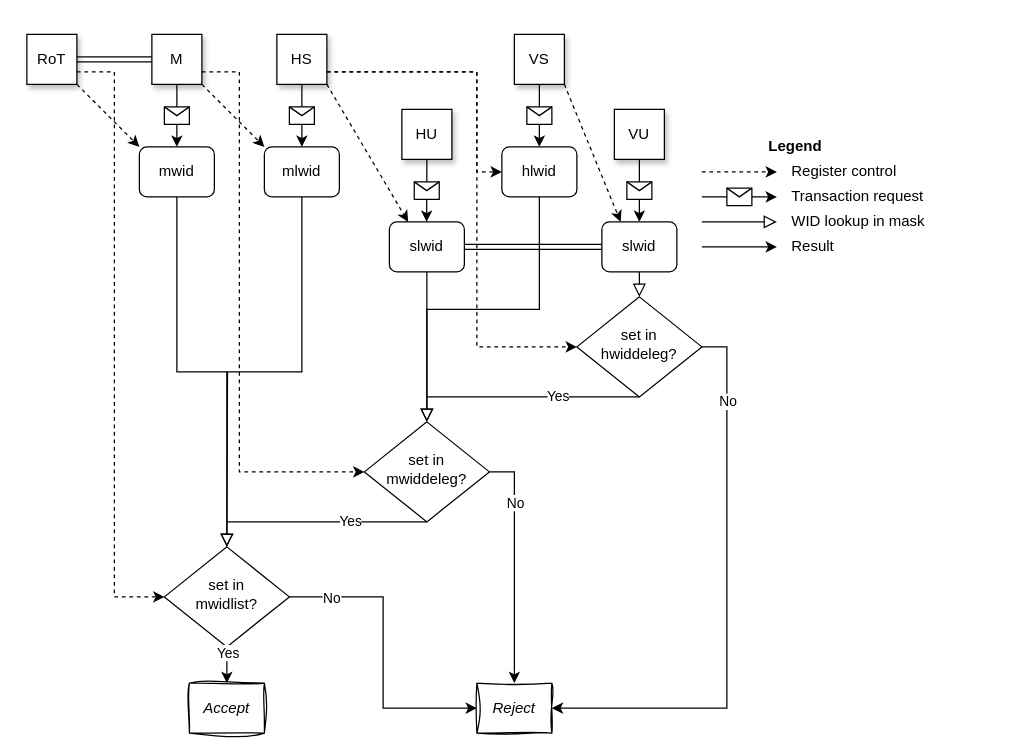
Above: src/images/WG-V1.drawio in MIPS/riscv-partitioning (draw.io), before the change. Source tidied: cells renumbered, new cells numbered last; positions are measured from the earlier drawing's top-left corner, leaving out a move shared by most shapes. Both pictures are drawn from the tidied source at 125%, with x=0, y=0 at pixel (26, 34).
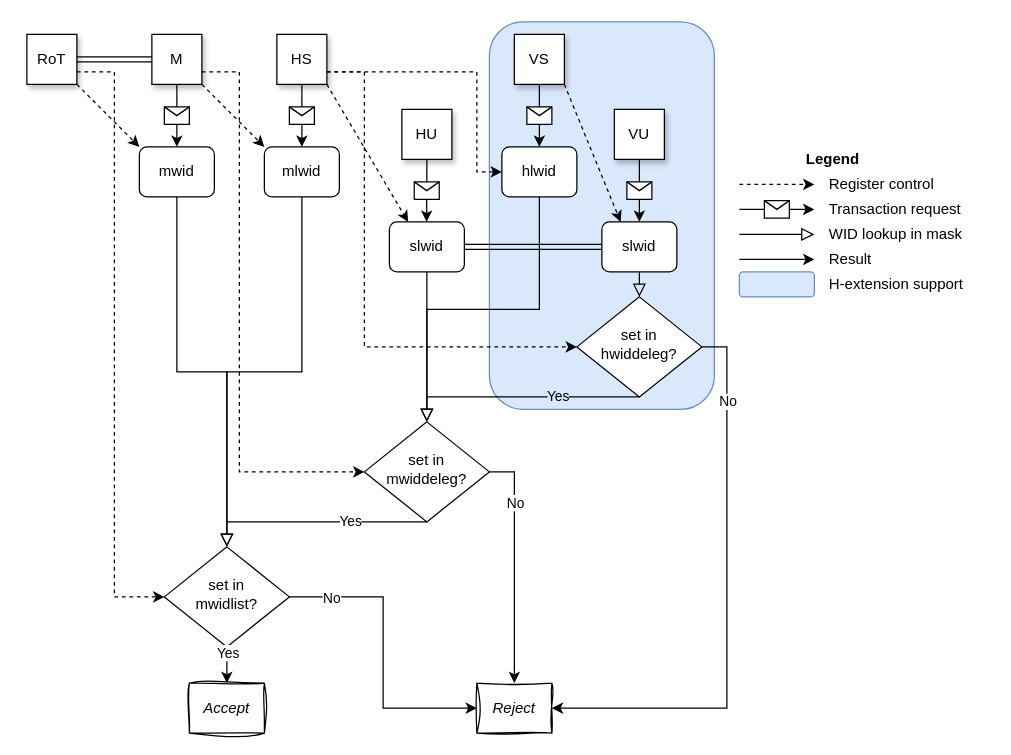
The same page after the edit.

Unchanged cells that the change refers to:
```xml
<mxCell id="6" value="mlwid" style="rounded=1;whiteSpace=wrap;html=1;fontSize=12;glass=0;strokeWidth=1;shadow=0;" parent="1" vertex="1">
  <mxGeometry x="190" y="90" width="60" height="40" as="geometry" />
</mxCell>
<mxCell id="55" value="set in&lt;br&gt;h&lt;span style=&quot;background-color: transparent; color: light-dark(rgb(0, 0, 0), rgb(255, 255, 255));&quot;&gt;widdeleg?&lt;/span&gt;" style="rhombus;whiteSpace=wrap;html=1;shadow=0;fontFamily=Helvetica;fontSize=12;align=center;strokeWidth=1;spacing=6;spacingTop=-4;" parent="1" vertex="1">
  <mxGeometry x="440" y="210" width="100" height="80" as="geometry" />
</mxCell>
<mxCell id="61" style="endArrow=none;html=1;rounded=0;entryX=0.5;entryY=1;entryDx=0;entryDy=0;" parent="1" edge="1" target="55">
  <mxGeometry relative="1" as="geometry">
    <mxPoint x="320" y="290" as="sourcePoint" />
  </mxGeometry>
</mxCell>
```

What changed in the source:
```diff
@@
+    <mxCell id="65" style="rounded=1;whiteSpace=wrap;html=1;fillColor=#dae8fc;strokeColor=#6c8ebf;" parent="1" vertex="1">
+      <mxGeometry x="370" y="-10" width="180" height="310" as="geometry" />
+    </mxCell>
@@
     <mxCell id="14" style="rounded=0;html=1;jettySize=auto;fontSize=11;endArrow=block;endFill=0;endSize=8;strokeWidth=1;shadow=0;labelBackgroundColor=none;edgeStyle=orthogonalEdgeStyle;exitX=0.5;exitY=1;exitDx=0;exitDy=0;" parent="1" edge="1" source="6">
       <mxGeometry relative="1" as="geometry">
         <mxPoint x="160" y="410" as="targetPoint" />
+        <Array as="points">
+          <mxPoint x="220" y="270" />
+          <mxPoint x="160" y="270" />
+        </Array>
       </mxGeometry>
     </mxCell>
@@
     <mxCell id="33" style="endArrow=classic;html=1;rounded=0;dashed=1;" parent="1" edge="1">
       <mxGeometry relative="1" as="geometry">
-        <mxPoint x="540" y="110" as="sourcePoint" />
-        <mxPoint x="600" y="110" as="targetPoint" />
+        <mxPoint x="570" y="120" as="sourcePoint" />
+        <mxPoint x="630" y="120" as="targetPoint" />
       </mxGeometry>
     </mxCell>
     <mxCell id="34" style="endArrow=classic;html=1;rounded=0;" parent="1" edge="1">
       <mxGeometry relative="1" as="geometry">
-        <mxPoint x="540" y="130" as="sourcePoint" />
-        <mxPoint x="600" y="130" as="targetPoint" />
+        <mxPoint x="570" y="140" as="sourcePoint" />
+        <mxPoint x="630" y="140" as="targetPoint" />
       </mxGeometry>
     </mxCell>
@@
     <mxCell id="36" style="rounded=0;html=1;jettySize=auto;orthogonalLoop=1;fontSize=11;endArrow=block;endFill=0;endSize=8;strokeWidth=1;shadow=0;labelBackgroundColor=none;edgeStyle=orthogonalEdgeStyle;" parent="1" edge="1">
       <mxGeometry relative="1" as="geometry">
-        <mxPoint x="540" y="150" as="sourcePoint" />
-        <mxPoint x="600" y="150" as="targetPoint" />
+        <mxPoint x="570" y="160" as="sourcePoint" />
+        <mxPoint x="630" y="160" as="targetPoint" />
       </mxGeometry>
     </mxCell>
     <mxCell id="37" style="edgeStyle=orthogonalEdgeStyle;rounded=0;orthogonalLoop=1;jettySize=auto;html=1;" parent="1" edge="1">
       <mxGeometry relative="1" as="geometry">
-        <mxPoint x="540" y="170" as="sourcePoint" />
-        <mxPoint x="600" y="170" as="targetPoint" />
+        <mxPoint x="570" y="180" as="sourcePoint" />
+        <mxPoint x="630" y="180" as="targetPoint" />
       </mxGeometry>
     </mxCell>
     <mxCell id="38" value="Register control" style="text;html=1;align=left;verticalAlign=middle;whiteSpace=wrap;rounded=0;" parent="1" vertex="1">
-      <mxGeometry x="610" y="100" width="130" height="20" as="geometry" />
+      <mxGeometry x="640" y="110" width="130" height="20" as="geometry" />
     </mxCell>
     <mxCell id="39" value="Transaction request" style="text;html=1;align=left;verticalAlign=middle;whiteSpace=wrap;rounded=0;" parent="1" vertex="1">
-      <mxGeometry x="610" y="120" width="130" height="20" as="geometry" />
+      <mxGeometry x="640" y="130" width="130" height="20" as="geometry" />
     </mxCell>
     <mxCell id="40" value="WID lookup in mask" style="text;html=1;align=left;verticalAlign=middle;whiteSpace=wrap;rounded=0;" parent="1" vertex="1">
-      <mxGeometry x="610" y="140" width="130" height="20" as="geometry" />
+      <mxGeometry x="640" y="150" width="130" height="20" as="geometry" />
     </mxCell>
     <mxCell id="41" value="Result" style="text;html=1;align=left;verticalAlign=middle;whiteSpace=wrap;rounded=0;" parent="1" vertex="1">
-      <mxGeometry x="610" y="160" width="130" height="20" as="geometry" />
+      <mxGeometry x="640" y="170" width="130" height="20" as="geometry" />
     </mxCell>
     <mxCell id="42" value="Legend" style="text;html=1;align=center;verticalAlign=middle;whiteSpace=wrap;rounded=0;fontStyle=1;" parent="1" vertex="1">
-      <mxGeometry x="540" y="80" width="150" height="20" as="geometry" />
+      <mxGeometry x="570" y="90" width="150" height="20" as="geometry" />
     </mxCell>
@@
-    <mxCell id="62" value="Yes" style="edgeLabel;html=1;align=center;verticalAlign=middle;" parent="61" vertex="1">
+    <mxCell id="62" value="Yes" style="edgeLabel;html=1;align=center;verticalAlign=middle;labelBackgroundColor=light-dark(#dae8fc, #334a6c);" parent="61" vertex="1">
       <mxGeometry x="0.22" y="1" relative="1" as="geometry" />
     </mxCell>
     <mxCell id="63" style="endArrow=classic;html=1;rounded=0;entryX=0;entryY=0.5;entryDx=0;entryDy=0;dashed=1;edgeStyle=elbowEdgeStyle;exitX=1;exitY=0.75;exitDx=0;exitDy=0;" parent="1" edge="1" target="55">
       <mxGeometry relative="1" as="geometry">
         <mxPoint x="240" y="30" as="sourcePoint" />
         <Array as="points">
-          <mxPoint x="360" y="70" />
+          <mxPoint x="270" y="150" />
         </Array>
       </mxGeometry>
     </mxCell>
@@
+    <mxCell id="66" style="rounded=1;whiteSpace=wrap;html=1;fillColor=#dae8fc;strokeColor=#6c8ebf;" parent="1" vertex="1">
+      <mxGeometry x="570" y="190" width="60" height="20" as="geometry" />
+    </mxCell>
+    <mxCell id="67" value="H-extension support" style="text;html=1;align=left;verticalAlign=middle;whiteSpace=wrap;rounded=0;" parent="1" vertex="1">
+      <mxGeometry x="640" y="190" width="130" height="20" as="geometry" />
+    </mxCell>
```
